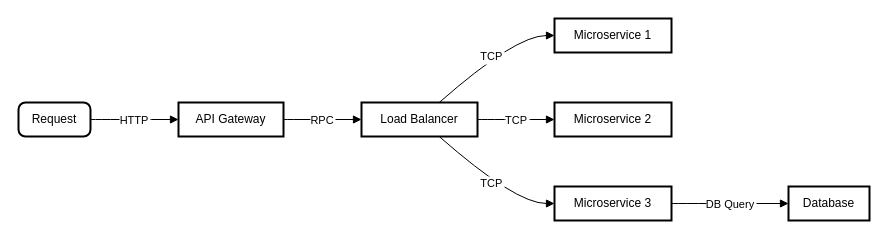
HIM-Services/heaven-in-mouth keeps this draw.io diagram as drawio/transactions-connect.drawio. Above is the earlier version. Source tidied: cells renumbered, new cells numbered last; positions are measured from the earlier drawing's top-left corner, leaving out a move shared by most shapes. Both pictures are drawn from the tidied source at 100%, with x=0, y=0 at pixel (18, 18).
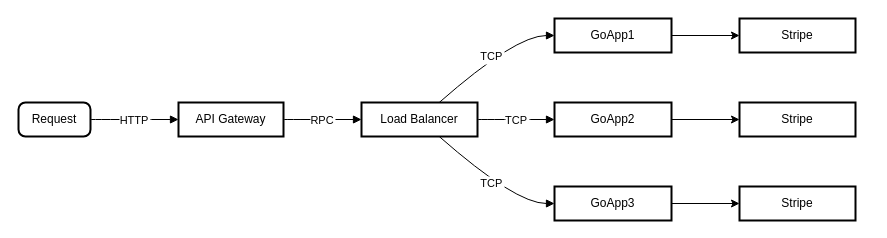
After the change.

Diff of the diagram source:
```diff
@@
-    <mxCell id="5" value="Microservice 1" style="whiteSpace=wrap;strokeWidth=2;" parent="1" vertex="1">
+    <mxCell id="5" value="GoApp1" style="whiteSpace=wrap;strokeWidth=2;" parent="1" vertex="1">
       <mxGeometry x="536" width="117" height="34" as="geometry" />
     </mxCell>
-    <mxCell id="6" value="Microservice 2" style="whiteSpace=wrap;strokeWidth=2;" parent="1" vertex="1">
+    <mxCell id="6" value="GoApp2" style="whiteSpace=wrap;strokeWidth=2;" parent="1" vertex="1">
       <mxGeometry x="536" y="84" width="117" height="34" as="geometry" />
     </mxCell>
-    <mxCell id="7" value="Microservice 3" style="whiteSpace=wrap;strokeWidth=2;" parent="1" vertex="1">
+    <mxCell id="7" value="GoApp3" style="whiteSpace=wrap;strokeWidth=2;" parent="1" vertex="1">
       <mxGeometry x="536" y="168" width="117" height="34" as="geometry" />
     </mxCell>
-    <mxCell id="8" value="Database" style="whiteSpace=wrap;strokeWidth=2;" parent="1" vertex="1">
-      <mxGeometry x="770" y="168" width="81" height="34" as="geometry" />
-    </mxCell>
@@
-    <mxCell id="14" value="DB Query" style="curved=1;startArrow=none;endArrow=block;exitX=1.01;exitY=0.5;entryX=0;entryY=0.5;" parent="1" edge="1" source="7" target="8">
-      <mxGeometry relative="1" as="geometry" />
-    </mxCell>
+    <mxCell id="15" value="Stripe" style="whiteSpace=wrap;strokeWidth=2;" parent="1" vertex="1">
+      <mxGeometry x="721" y="84" width="116" height="34" as="geometry" />
+    </mxCell>
+    <mxCell id="16" style="endArrow=classic;html=1;rounded=0;exitX=1;exitY=0.5;exitDx=0;exitDy=0;entryX=0;entryY=0.5;entryDx=0;entryDy=0;" parent="1" edge="1" source="6" target="15">
+      <mxGeometry relative="1" as="geometry" />
+    </mxCell>
+    <mxCell id="17" value="Stripe" style="whiteSpace=wrap;strokeWidth=2;" parent="1" vertex="1">
+      <mxGeometry x="721" y="168" width="116" height="34" as="geometry" />
+    </mxCell>
+    <mxCell id="18" value="Stripe" style="whiteSpace=wrap;strokeWidth=2;" parent="1" vertex="1">
+      <mxGeometry x="721" width="116" height="34" as="geometry" />
+    </mxCell>
+    <mxCell id="19" style="endArrow=classic;html=1;rounded=0;exitX=1;exitY=0.5;exitDx=0;exitDy=0;entryX=0;entryY=0.5;entryDx=0;entryDy=0;" parent="1" edge="1" source="7" target="17">
+      <mxGeometry relative="1" as="geometry" />
+    </mxCell>
+    <mxCell id="20" style="endArrow=classic;html=1;rounded=0;exitX=1;exitY=0.5;exitDx=0;exitDy=0;entryX=0;entryY=0.5;entryDx=0;entryDy=0;" parent="1" edge="1" source="5" target="18">
+      <mxGeometry relative="1" as="geometry" />
+    </mxCell>
```
